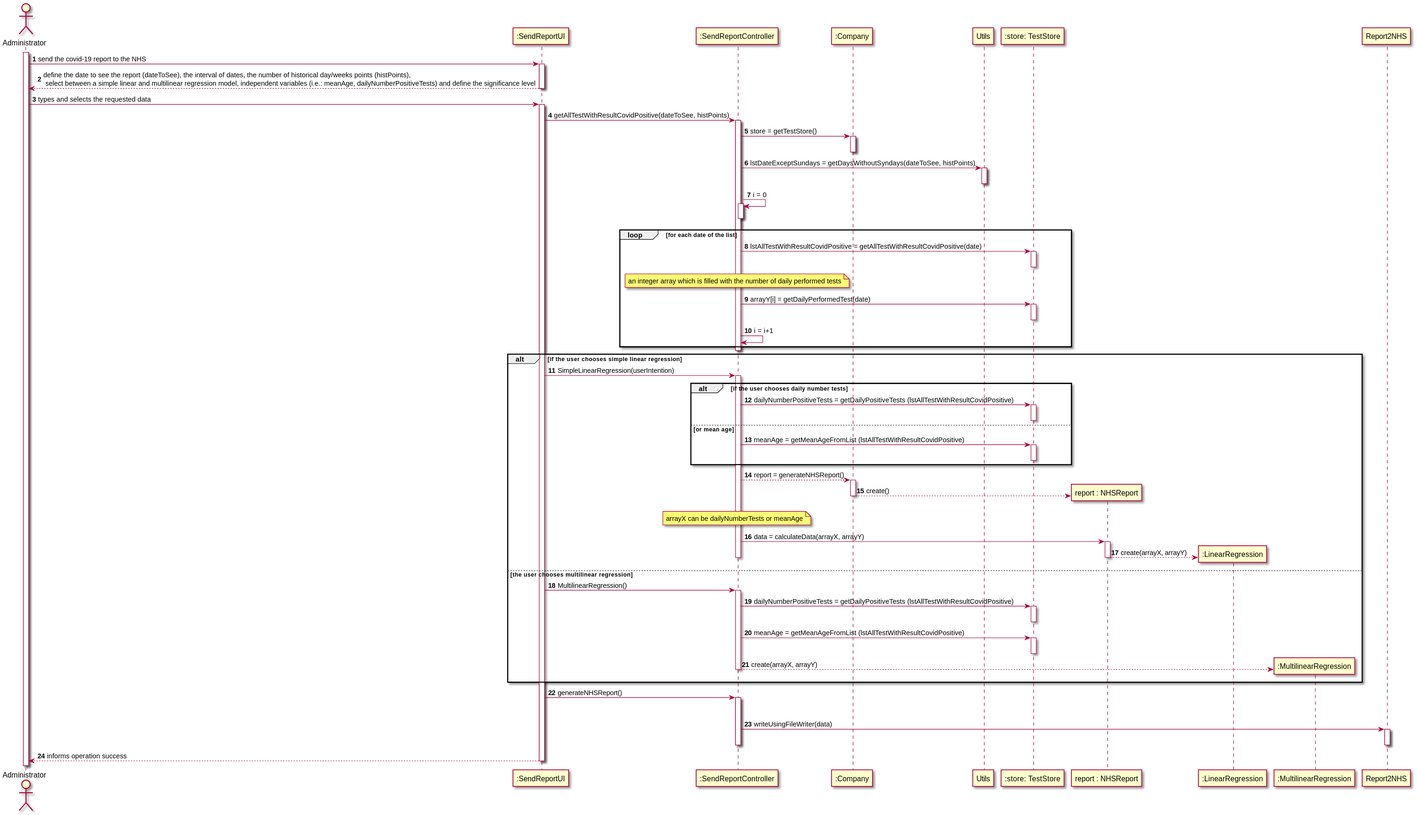
This is docs/SprintD/US18/US18-SD.svg from 0franciscor/lei-21-s2-1de-g19, a PlantUML export, as it was before one commit.
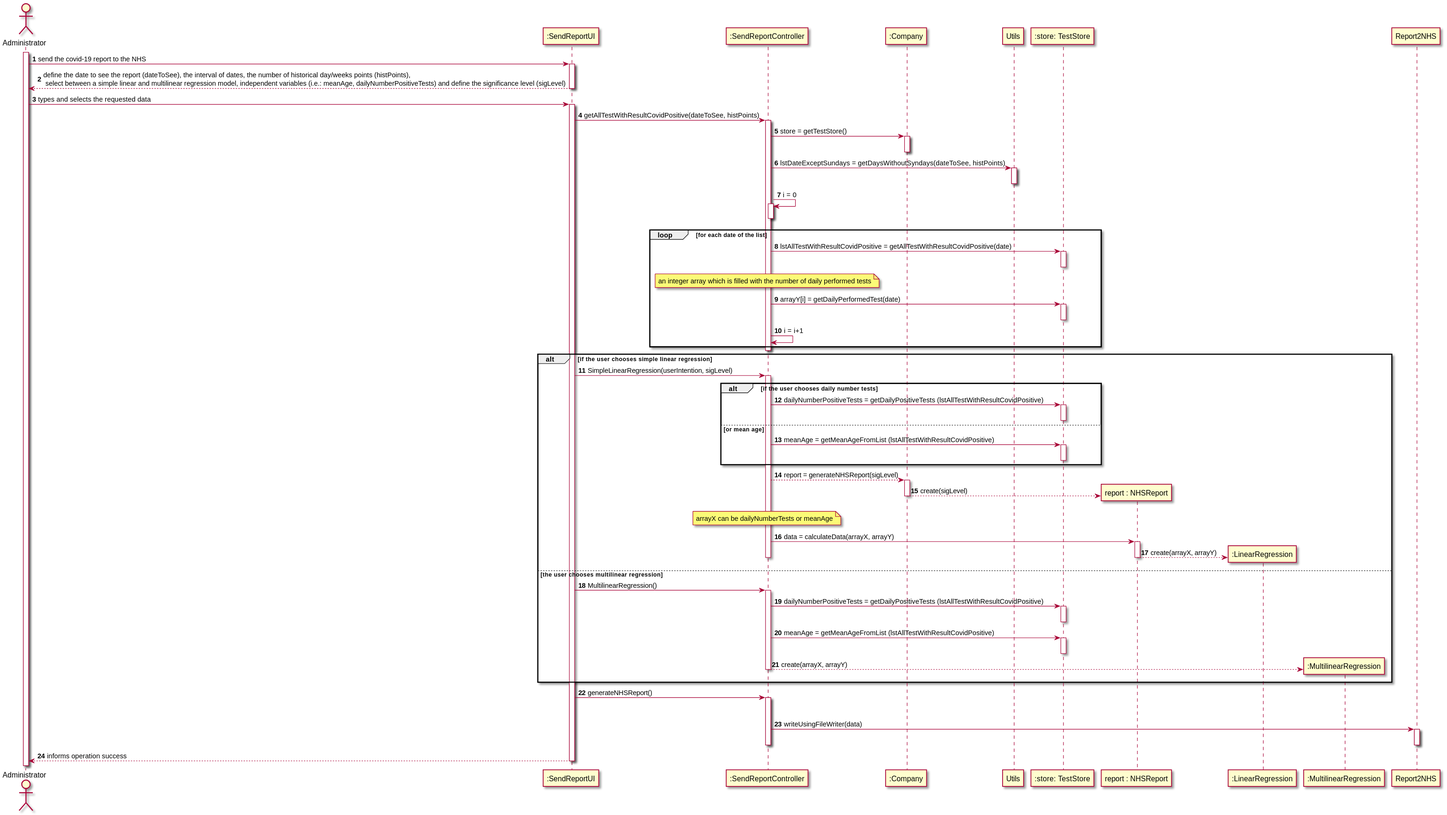
Above is the later version.

What changed in the source:
```diff
@@ -8,7 +8,7 @@
 
 A -> ":SendReportUI" : send the covid-19 report to the NHS
 activate ":SendReportUI"
-":SendReportUI" --> A: define the date to see the report (dateToSee), the interval of dates, the number of historical day/weeks points (histPoints), \n select between a simple linear and multilinear regression model, independent variables (i.e.: meanAge, dailyNumberPositiveTests) and define the significance level
+":SendReportUI" --> A: define the date to see the report (dateToSee), the interval of dates, the number of historical day/weeks points (histPoints), \n select between a simple linear and multilinear regression model, independent variables (i.e.: meanAge, dailyNumberPositiveTests) and define the significance level (sigLevel)
 deactivate ":SendReportUI"
 
 A -> ":SendReportUI" : types and selects the requested data
@@ -45,7 +45,7 @@
 
 
 alt if the user chooses simple linear regression
-":SendReportUI" -> ":SendReportController" : SimpleLinearRegression(userIntention)
+":SendReportUI" -> ":SendReportController" : SimpleLinearRegression(userIntention, sigLevel)
 activate ":SendReportController"
 
 alt if the user chooses daily number tests
@@ -59,10 +59,10 @@
 end
 
 
-":SendReportController" --> ":Company" : report = generateNHSReport()
+":SendReportController" --> ":Company" : report = generateNHSReport(sigLevel)
 activate ":Company"
 create "report : NHSReport"
-":Company" --> "report : NHSReport" : create()
+":Company" --> "report : NHSReport" : create(sigLevel)
 deactivate ":Company"
 
 note over ":SendReportController" : arrayX can be dailyNumberTests or meanAge
```
